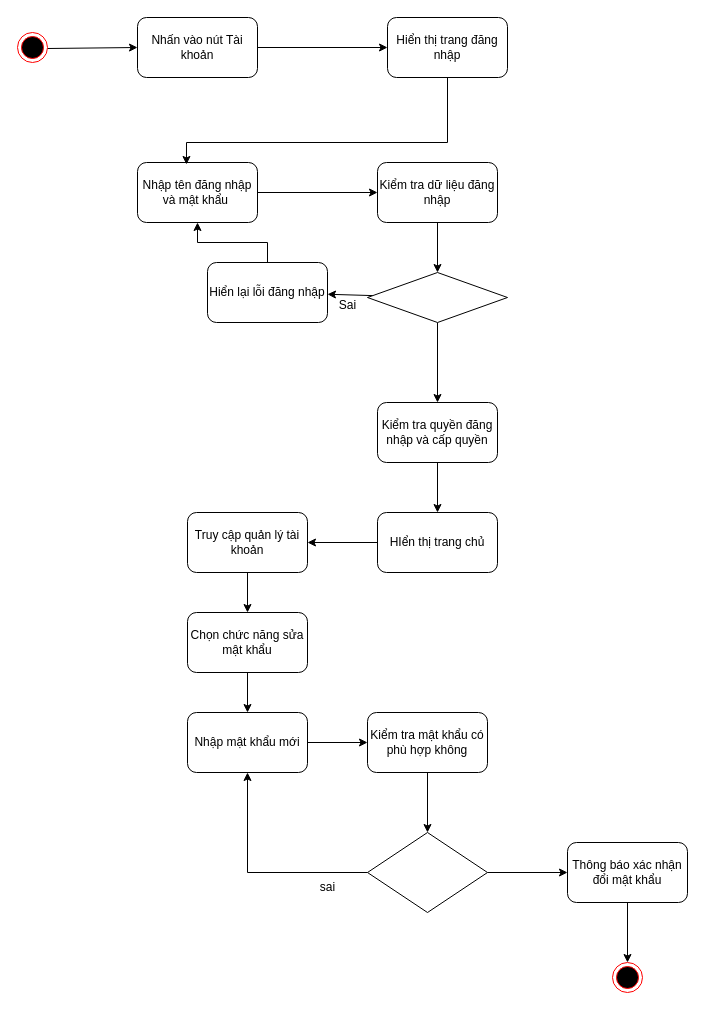
The draw.io diagram page "Activity Đổi mật khẩu" (4 of 29) of Biểu đồ không có tiêu đề.drawio in anhduy7723/api_auth, before the edit. Source tidied: cells renumbered, new cells numbered last; positions are measured from the earlier drawing's top-left corner, leaving out a move shared by most shapes. Both pictures are drawn from the tidied source at 100%, with x=0, y=0 at pixel (17, 17).
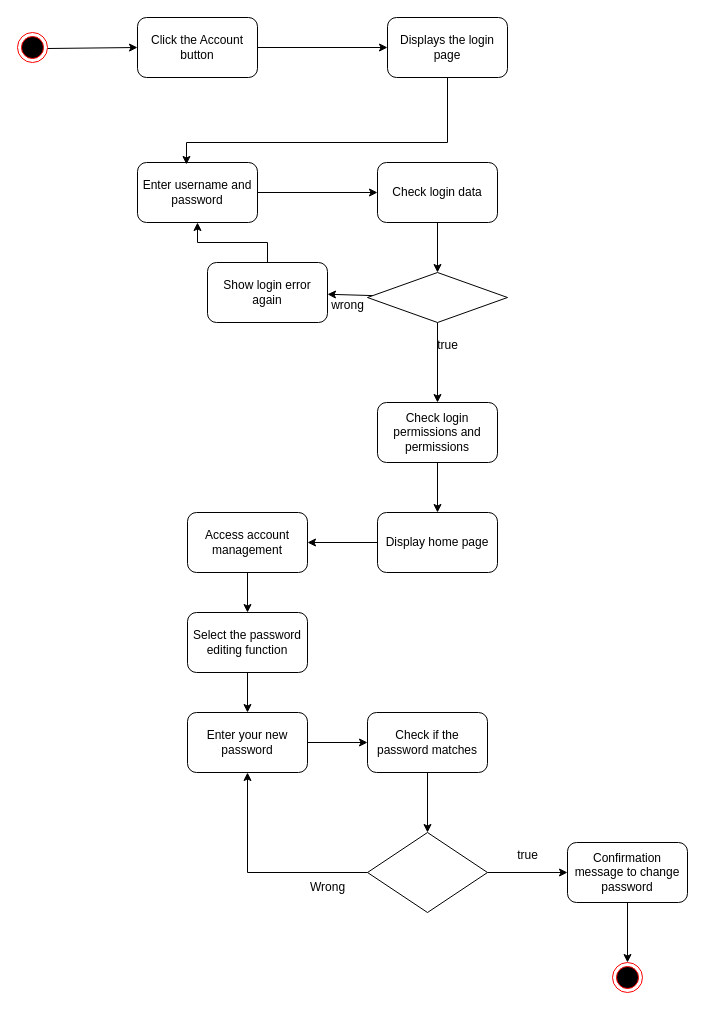
Above is the later version.

Diff of the diagram source:
```diff
@@
-    <mxCell id="5" value="Nhấn vào nút Tài khoản" style="rounded=1;whiteSpace=wrap;html=1;" parent="1" vertex="1">
+    <mxCell id="5" value="Click the Account button" style="rounded=1;whiteSpace=wrap;html=1;" parent="1" vertex="1">
       <mxGeometry x="120" width="120" height="60" as="geometry" />
     </mxCell>
-    <mxCell id="6" value="Hiển thị trang đăng nhập" style="rounded=1;whiteSpace=wrap;html=1;" parent="1" vertex="1">
+    <mxCell id="6" value="Displays the login page" style="rounded=1;whiteSpace=wrap;html=1;" parent="1" vertex="1">
       <mxGeometry x="370" width="120" height="60" as="geometry" />
     </mxCell>
@@
-    <mxCell id="8" value="Nhập tên đăng nhập và mật khẩu&amp;nbsp;" style="rounded=1;whiteSpace=wrap;html=1;" parent="1" vertex="1">
+    <mxCell id="8" value="Enter username and password" style="rounded=1;whiteSpace=wrap;html=1;" parent="1" vertex="1">
       <mxGeometry x="120" y="145" width="120" height="60" as="geometry" />
     </mxCell>
@@
-    <mxCell id="11" value="Kiểm tra dữ liệu đăng nhập" style="rounded=1;whiteSpace=wrap;html=1;" parent="1" vertex="1">
+    <mxCell id="11" value="Check login data" style="rounded=1;whiteSpace=wrap;html=1;" parent="1" vertex="1">
       <mxGeometry x="360" y="145" width="120" height="60" as="geometry" />
     </mxCell>
@@
-    <mxCell id="16" value="Hiển lại lỗi đăng nhập" style="rounded=1;whiteSpace=wrap;html=1;" parent="1" vertex="1">
+    <mxCell id="16" value="Show login error again" style="rounded=1;whiteSpace=wrap;html=1;" parent="1" vertex="1">
       <mxGeometry x="190" y="245" width="120" height="60" as="geometry" />
     </mxCell>
-    <mxCell id="17" value="Sai" style="text;html=1;align=center;verticalAlign=middle;strokeColor=none;fillColor=none;" parent="1" vertex="1">
-      <mxGeometry x="310" y="273" width="40" height="30" as="geometry" />
+    <mxCell id="17" value="wrong" style="text;html=1;align=center;verticalAlign=middle;strokeColor=none;fillColor=none;" parent="1" vertex="1">
+      <mxGeometry x="300" y="273" width="60" height="30" as="geometry" />
     </mxCell>
@@
-    <mxCell id="19" value="Kiểm tra quyền đăng nhập và cấp quyền" style="rounded=1;whiteSpace=wrap;html=1;" parent="1" vertex="1">
+    <mxCell id="19" value="Check login permissions and permissions" style="rounded=1;whiteSpace=wrap;html=1;" parent="1" vertex="1">
       <mxGeometry x="360" y="385" width="120" height="60" as="geometry" />
     </mxCell>
@@
-    <mxCell id="21" value="HIển thị trang chủ" style="rounded=1;whiteSpace=wrap;html=1;" parent="1" vertex="1">
+    <mxCell id="21" value="Display home page" style="rounded=1;whiteSpace=wrap;html=1;" parent="1" vertex="1">
       <mxGeometry x="360" y="495" width="120" height="60" as="geometry" />
     </mxCell>
@@
-    <mxCell id="23" value="Truy cập quản lý tài khoản" style="rounded=1;whiteSpace=wrap;html=1;" parent="1" vertex="1">
+    <mxCell id="23" value="Access account management" style="rounded=1;whiteSpace=wrap;html=1;" parent="1" vertex="1">
       <mxGeometry x="170" y="495" width="120" height="60" as="geometry" />
     </mxCell>
@@
-    <mxCell id="25" value="Chọn chức năng sửa mật khẩu" style="rounded=1;whiteSpace=wrap;html=1;" parent="1" vertex="1">
+    <mxCell id="25" value="Select the password editing function" style="rounded=1;whiteSpace=wrap;html=1;" parent="1" vertex="1">
       <mxGeometry x="170" y="595" width="120" height="60" as="geometry" />
     </mxCell>
@@
-    <mxCell id="27" value="Nhập mật khẩu mới" style="rounded=1;whiteSpace=wrap;html=1;" parent="1" vertex="1">
+    <mxCell id="27" value="Enter your new password" style="rounded=1;whiteSpace=wrap;html=1;" parent="1" vertex="1">
       <mxGeometry x="170" y="695" width="120" height="60" as="geometry" />
     </mxCell>
@@
-    <mxCell id="29" value="Kiểm tra mật khẩu có phù hợp không" style="rounded=1;whiteSpace=wrap;html=1;" parent="1" vertex="1">
+    <mxCell id="29" value="Check if the password matches" style="rounded=1;whiteSpace=wrap;html=1;" parent="1" vertex="1">
       <mxGeometry x="350" y="695" width="120" height="60" as="geometry" />
     </mxCell>
@@
-    <mxCell id="33" value="sai" style="text;html=1;align=center;verticalAlign=middle;strokeColor=none;fillColor=none;" parent="1" vertex="1">
-      <mxGeometry x="290" y="855" width="40" height="30" as="geometry" />
+    <mxCell id="33" value="Wrong" style="text;html=1;align=center;verticalAlign=middle;strokeColor=none;fillColor=none;" parent="1" vertex="1">
+      <mxGeometry x="280" y="855" width="60" height="30" as="geometry" />
     </mxCell>
@@
-    <mxCell id="35" value="Thông báo xác nhận đổi mật khẩu" style="rounded=1;whiteSpace=wrap;html=1;" parent="1" vertex="1">
+    <mxCell id="35" value="Confirmation message to change password" style="rounded=1;whiteSpace=wrap;html=1;" parent="1" vertex="1">
       <mxGeometry x="550" y="825" width="120" height="60" as="geometry" />
     </mxCell>
@@
+    <mxCell id="37" value="true" style="text;html=1;align=center;verticalAlign=middle;strokeColor=none;fillColor=none;" parent="1" vertex="1">
+      <mxGeometry x="410" y="313" width="40" height="30" as="geometry" />
+    </mxCell>
+    <mxCell id="38" value="true" style="text;html=1;align=center;verticalAlign=middle;strokeColor=none;fillColor=none;" parent="1" vertex="1">
+      <mxGeometry x="490" y="823" width="40" height="30" as="geometry" />
+    </mxCell>
```
